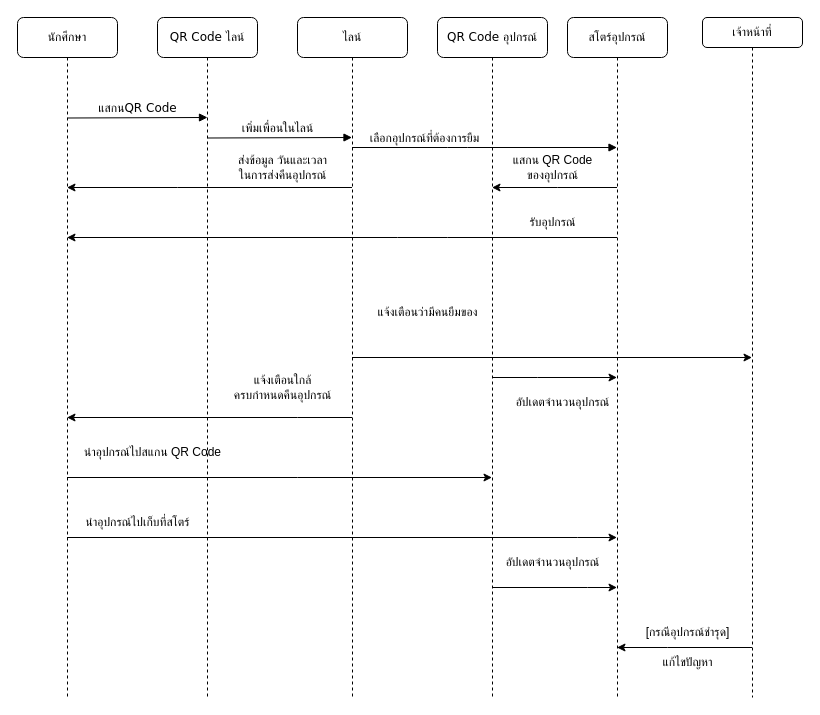
Before: page "Sequence" (3 of 5) of UML_SE.drawio in oak072544/Draw_io, a draw.io diagram. Source tidied: cells renumbered, new cells numbered last; positions are measured from the earlier drawing's top-left corner, leaving out a move shared by most shapes. Both pictures are drawn from the tidied source at 100%, with x=0, y=0 at pixel (17, 17).
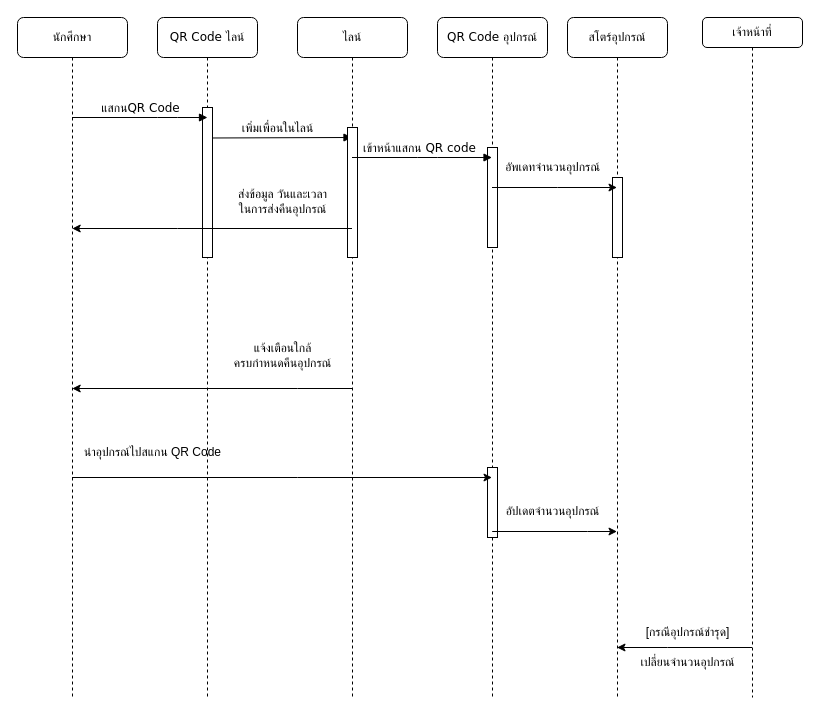
Above is the later version.

The change refers to these unchanged cells:
```xml
<mxCell id="2" value="QR Code ไลน์" style="shape=umlLifeline;perimeter=lifelinePerimeter;whiteSpace=wrap;html=1;rounded=1;shadow=0;comic=0;labelBackgroundColor=none;strokeWidth=1;fontFamily=Verdana;fontSize=12;align=center;" parent="1" vertex="1">
  <mxGeometry x="140" width="100" height="680" as="geometry" />
</mxCell>
<mxCell id="5" value="QR Code อุปกรณ์" style="shape=umlLifeline;perimeter=lifelinePerimeter;whiteSpace=wrap;html=1;outlineConnect=0;rounded=1;shadow=0;comic=0;labelBackgroundColor=none;strokeWidth=1;fontFamily=Verdana;fontSize=12;align=center;" parent="1" vertex="1">
  <mxGeometry x="420" width="110" height="680" as="geometry" />
</mxCell>
<mxCell id="6" value="สโตร์อุปกรณ์" style="shape=umlLifeline;perimeter=lifelinePerimeter;whiteSpace=wrap;html=1;outlineConnect=0;rounded=1;shadow=0;comic=0;labelBackgroundColor=none;strokeWidth=1;fontFamily=Verdana;fontSize=12;align=center;" parent="1" vertex="1">
  <mxGeometry x="550" width="100" height="680" as="geometry" />
</mxCell>
<mxCell id="8" value="เจ้าหน้าที่" style="shape=umlLifeline;perimeter=lifelinePerimeter;whiteSpace=wrap;html=1;outlineConnect=0;rounded=1;shadow=0;comic=0;labelBackgroundColor=none;strokeWidth=1;fontFamily=Verdana;fontSize=12;align=center;size=30;" parent="1" vertex="1">
  <mxGeometry x="685" width="100" height="680" as="geometry" />
</mxCell>
<mxCell id="11" value="ไลน์" style="shape=umlLifeline;perimeter=lifelinePerimeter;whiteSpace=wrap;html=1;outlineConnect=0;rounded=1;shadow=0;comic=0;labelBackgroundColor=none;strokeWidth=1;fontFamily=Verdana;fontSize=12;align=center;" parent="1" vertex="1">
  <mxGeometry x="280" width="110" height="680" as="geometry" />
</mxCell>
```

What changed in the source:
```diff
@@
-    <mxCell id="4" value="นำอุปกรณ์ไปเก็บที่สโตร์" style="text;html=1;align=center;verticalAlign=middle;strokeColor=none;fillColor=none;" parent="2" vertex="1">
-      <mxGeometry x="-90" y="490" width="140" height="30" as="geometry" />
-    </mxCell>
+    <mxCell id="32" style="html=1;perimeter=orthogonalPerimeter;targetShapes=umlLifeline;newEdgeStyle={&quot;edgeStyle&quot;:&quot;elbowEdgeStyle&quot;,&quot;elbow&quot;:&quot;vertical&quot;,&quot;curved&quot;:0,&quot;rounded&quot;:0};" parent="2" vertex="1">
+      <mxGeometry x="45" y="90" width="10" height="150" as="geometry" />
+    </mxCell>
@@
+    <mxCell id="33" style="html=1;perimeter=orthogonalPerimeter;targetShapes=umlLifeline;newEdgeStyle={&quot;edgeStyle&quot;:&quot;elbowEdgeStyle&quot;,&quot;elbow&quot;:&quot;vertical&quot;,&quot;curved&quot;:0,&quot;rounded&quot;:0};" parent="5" vertex="1">
+      <mxGeometry x="50" y="130" width="10" height="100" as="geometry" />
+    </mxCell>
+    <mxCell id="34" style="html=1;perimeter=orthogonalPerimeter;targetShapes=umlLifeline;newEdgeStyle={&quot;edgeStyle&quot;:&quot;elbowEdgeStyle&quot;,&quot;elbow&quot;:&quot;vertical&quot;,&quot;curved&quot;:0,&quot;rounded&quot;:0};" parent="5" vertex="1">
+      <mxGeometry x="50" y="450" width="10" height="70" as="geometry" />
+    </mxCell>
@@
     <mxCell id="7" value="อัปเดตจำนวนอุปกรณ์" style="text;html=1;align=center;verticalAlign=middle;strokeColor=none;fillColor=none;" parent="6" vertex="1">
-      <mxGeometry x="-80" y="530" width="130" height="30" as="geometry" />
+      <mxGeometry x="-80" y="479" width="130" height="30" as="geometry" />
     </mxCell>
+    <mxCell id="35" style="html=1;perimeter=orthogonalPerimeter;targetShapes=umlLifeline;newEdgeStyle={&quot;edgeStyle&quot;:&quot;elbowEdgeStyle&quot;,&quot;elbow&quot;:&quot;vertical&quot;,&quot;curved&quot;:0,&quot;rounded&quot;:0};" parent="6" vertex="1">
+      <mxGeometry x="45" y="160" width="10" height="80" as="geometry" />
+    </mxCell>
@@
     <mxCell id="9" value="นักศึกษา" style="shape=umlLifeline;perimeter=lifelinePerimeter;whiteSpace=wrap;html=1;outlineConnect=0;rounded=1;shadow=0;comic=0;labelBackgroundColor=none;strokeWidth=1;fontFamily=Verdana;fontSize=12;align=center;" parent="1" vertex="1">
-      <mxGeometry width="100" height="680" as="geometry" />
+      <mxGeometry width="110" height="680" as="geometry" />
     </mxCell>
-    <mxCell id="10" value="แสกนQR Code" style="html=1;verticalAlign=bottom;endArrow=block;labelBackgroundColor=none;fontFamily=Verdana;fontSize=12;edgeStyle=elbowEdgeStyle;elbow=vertical;" parent="9" edge="1">
+    <mxCell id="10" value="แสกนQR Code" style="html=1;verticalAlign=bottom;endArrow=block;labelBackgroundColor=none;fontFamily=Verdana;fontSize=12;edgeStyle=elbowEdgeStyle;elbow=vertical;" parent="9" edge="1" source="9">
       <mxGeometry relative="1" as="geometry">
-        <mxPoint x="50" y="100.5" as="sourcePoint" />
         <mxPoint x="190" y="100" as="targetPoint" />
       </mxGeometry>
     </mxCell>
@@
     <mxCell id="12" value="ส่งข้อมูล วันและเวลา&lt;br&gt;ในการส่งคืนอุปกรณ์" style="text;html=1;align=center;verticalAlign=middle;strokeColor=none;fillColor=none;" parent="11" vertex="1">
-      <mxGeometry x="-80" y="130" width="130" height="40" as="geometry" />
+      <mxGeometry x="-80" y="164" width="130" height="40" as="geometry" />
     </mxCell>
+    <mxCell id="36" style="html=1;perimeter=orthogonalPerimeter;targetShapes=umlLifeline;newEdgeStyle={&quot;edgeStyle&quot;:&quot;elbowEdgeStyle&quot;,&quot;elbow&quot;:&quot;vertical&quot;,&quot;curved&quot;:0,&quot;rounded&quot;:0};" parent="11" vertex="1">
+      <mxGeometry x="50" y="110" width="10" height="130" as="geometry" />
+    </mxCell>
-    <mxCell id="13" value="เลือกอุปกรณ์ที่ต้องการยืม" style="html=1;verticalAlign=bottom;endArrow=block;labelBackgroundColor=none;fontFamily=Verdana;fontSize=12;edgeStyle=elbowEdgeStyle;elbow=vertical;" parent="1" edge="1" source="11" target="6">
-      <mxGeometry x="-0.46" relative="1" as="geometry">
+    <mxCell id="13" value="เข้าหน้าแสกน QR code" style="html=1;verticalAlign=bottom;endArrow=block;labelBackgroundColor=none;fontFamily=Verdana;fontSize=12;edgeStyle=elbowEdgeStyle;elbow=vertical;" parent="1" edge="1" source="11" target="5">
+      <mxGeometry x="-0.05" relative="1" as="geometry">
         <Array as="points">
-          <mxPoint x="440" y="130" />
-          <mxPoint x="345" y="130" />
+          <mxPoint x="410" y="140" />
         </Array>
       </mxGeometry>
     </mxCell>
-    <mxCell id="14" style="endArrow=classic;html=1;rounded=0;" parent="1" edge="1" source="6" target="5">
+    <mxCell id="14" style="endArrow=none;html=1;rounded=0;startArrow=classic;startFill=1;endFill=0;" parent="1" edge="1" source="6" target="5">
       <mxGeometry relative="1" as="geometry">
         <Array as="points">
           <mxPoint x="540" y="170" />
         </Array>
       </mxGeometry>
     </mxCell>
-    <mxCell id="15" value="แสกน QR Code &lt;br&gt;ของอุปกรณ์" style="text;html=1;align=center;verticalAlign=middle;strokeColor=none;fillColor=none;" parent="1" vertex="1">
-      <mxGeometry x="480" y="130" width="110" height="40" as="geometry" />
+    <mxCell id="15" value="อัพเดทจำนวนอุปกรณ์" style="text;html=1;align=center;verticalAlign=middle;strokeColor=none;fillColor=none;" parent="1" vertex="1">
+      <mxGeometry x="470" y="135" width="130" height="30" as="geometry" />
     </mxCell>
-    <mxCell id="16" style="endArrow=classic;html=1;rounded=0;" parent="1" edge="1" source="11" target="9">
+    <mxCell id="16" style="endArrow=classic;html=1;rounded=0;" parent="1" edge="1">
       <mxGeometry relative="1" as="geometry">
+        <mxPoint x="334.5" y="211" as="sourcePoint" />
+        <mxPoint x="54.7" y="211" as="targetPoint" />
         <Array as="points">
-          <mxPoint x="160" y="170" />
+          <mxPoint x="160" y="211" />
         </Array>
       </mxGeometry>
     </mxCell>
-    <mxCell id="17" style="endArrow=classic;html=1;rounded=0;" parent="1" edge="1" source="6" target="9">
-      <mxGeometry relative="1" as="geometry">
-        <Array as="points">
-          <mxPoint x="430" y="220" />
-          <mxPoint x="380" y="220" />
-        </Array>
-      </mxGeometry>
-    </mxCell>
-    <mxCell id="18" value="รับอุปกรณ์" style="text;html=1;align=center;verticalAlign=middle;strokeColor=none;fillColor=none;" parent="1" vertex="1">
-      <mxGeometry x="500" y="190" width="70" height="30" as="geometry" />
-    </mxCell>
-    <mxCell id="19" style="endArrow=classic;html=1;rounded=0;" parent="1" edge="1" source="11" target="8">
-      <mxGeometry relative="1" as="geometry" />
-    </mxCell>
-    <mxCell id="20" value="แจ้งเตือนว่ามีคนยืมของ" style="text;html=1;align=center;verticalAlign=middle;strokeColor=none;fillColor=none;" parent="1" vertex="1">
-      <mxGeometry x="340" y="280" width="140" height="30" as="geometry" />
-    </mxCell>
-    <mxCell id="21" style="endArrow=classic;html=1;rounded=0;" parent="1" edge="1" source="11" target="9">
+    <mxCell id="21" style="endArrow=classic;html=1;rounded=0;" parent="1" edge="1">
       <mxGeometry relative="1" as="geometry">
+        <mxPoint x="334.5" y="371" as="sourcePoint" />
+        <mxPoint x="54.7" y="371" as="targetPoint" />
         <Array as="points">
-          <mxPoint x="280" y="400" />
+          <mxPoint x="280" y="371" />
         </Array>
       </mxGeometry>
     </mxCell>
     <mxCell id="22" value="แจ้งเตือนใกล้&lt;br&gt;ครบกำหนดคืนอุปกรณ์" style="text;html=1;align=center;verticalAlign=middle;strokeColor=none;fillColor=none;" parent="1" vertex="1">
-      <mxGeometry x="200" y="350" width="130" height="40" as="geometry" />
+      <mxGeometry x="200" y="318" width="130" height="40" as="geometry" />
     </mxCell>
@@
-    <mxCell id="25" style="endArrow=classic;html=1;rounded=0;" parent="1" edge="1" source="9" target="6">
-      <mxGeometry relative="1" as="geometry">
-        <Array as="points">
-          <mxPoint x="560" y="520" />
-        </Array>
-      </mxGeometry>
-    </mxCell>
-    <mxCell id="26" style="endArrow=classic;html=1;rounded=0;" parent="1" edge="1" source="5" target="6">
-      <mxGeometry relative="1" as="geometry">
-        <Array as="points">
-          <mxPoint x="520" y="360" />
-        </Array>
-      </mxGeometry>
-    </mxCell>
-    <mxCell id="27" style="endArrow=classic;html=1;rounded=0;" parent="1" edge="1" source="5" target="6">
+    <mxCell id="27" style="endArrow=classic;html=1;rounded=0;" parent="1" edge="1" target="6">
       <mxGeometry relative="1" as="geometry">
+        <mxPoint x="474.7" y="514" as="sourcePoint" />
         <Array as="points">
-          <mxPoint x="570" y="570" />
+          <mxPoint x="570" y="514" />
         </Array>
       </mxGeometry>
     </mxCell>
-    <mxCell id="28" value="อัปเดตจำนวนอุปกรณ์" style="text;html=1;align=center;verticalAlign=middle;strokeColor=none;fillColor=none;" parent="1" vertex="1">
-      <mxGeometry x="480" y="370" width="130" height="30" as="geometry" />
-    </mxCell>
@@
-    <mxCell id="30" value="แก้ไขปัญหา" style="text;html=1;align=center;verticalAlign=middle;strokeColor=none;fillColor=none;" parent="1" vertex="1">
-      <mxGeometry x="630" y="630" width="80" height="30" as="geometry" />
+    <mxCell id="30" value="เปลี่ยนจำนวนอุปกรณ์" style="text;html=1;align=center;verticalAlign=middle;strokeColor=none;fillColor=none;" parent="1" vertex="1">
+      <mxGeometry x="605" y="630" width="130" height="30" as="geometry" />
     </mxCell>
```
